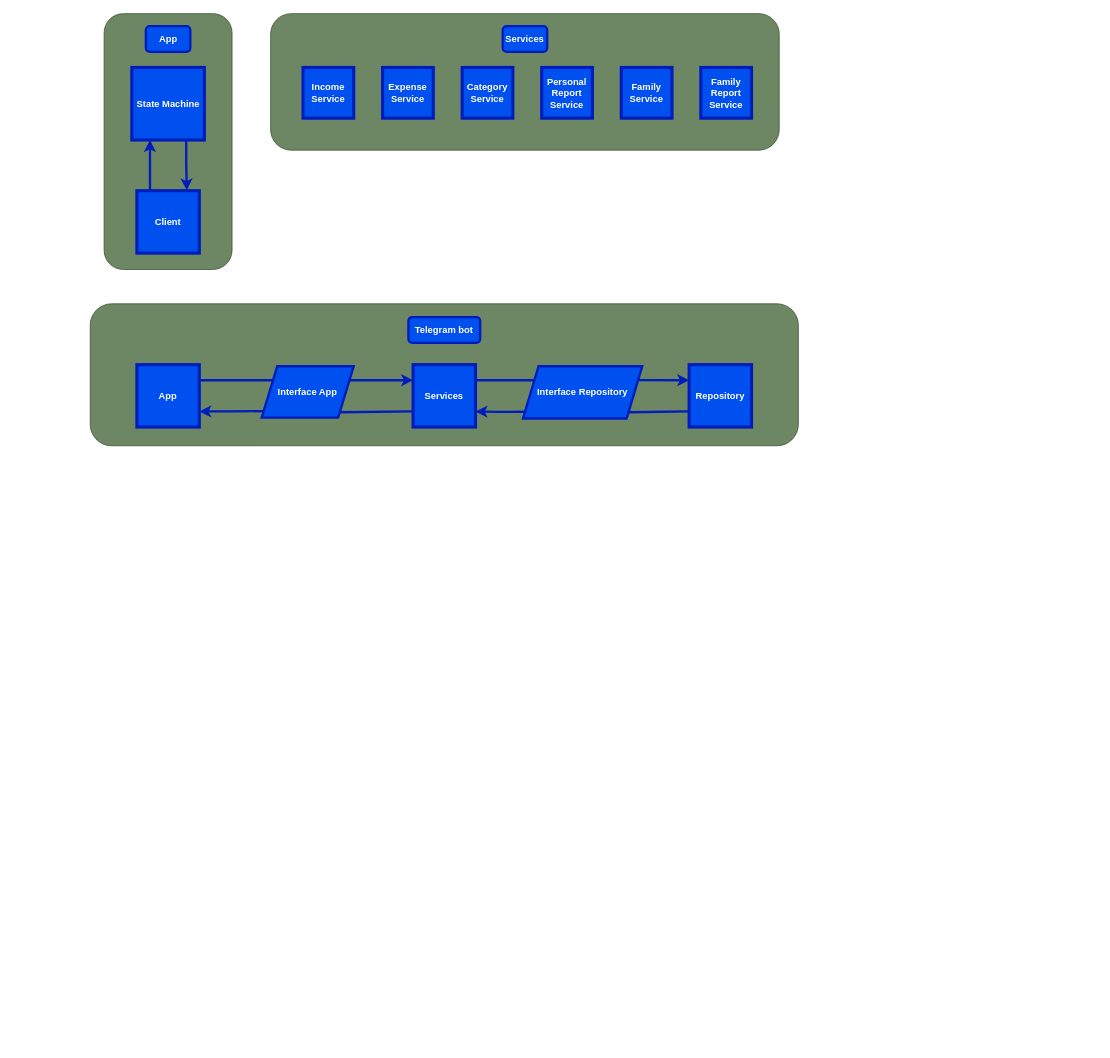
This is tg_financial_bot.drawio from CBeredIOk/financial_bot, a draw.io file, before an edit. Source tidied: cells renumbered, new cells numbered last; positions are measured from the earlier drawing's top-left corner, leaving out a move shared by most shapes. Both pictures are drawn from the tidied source at 78%, with x=0, y=0 at pixel (90, 13).
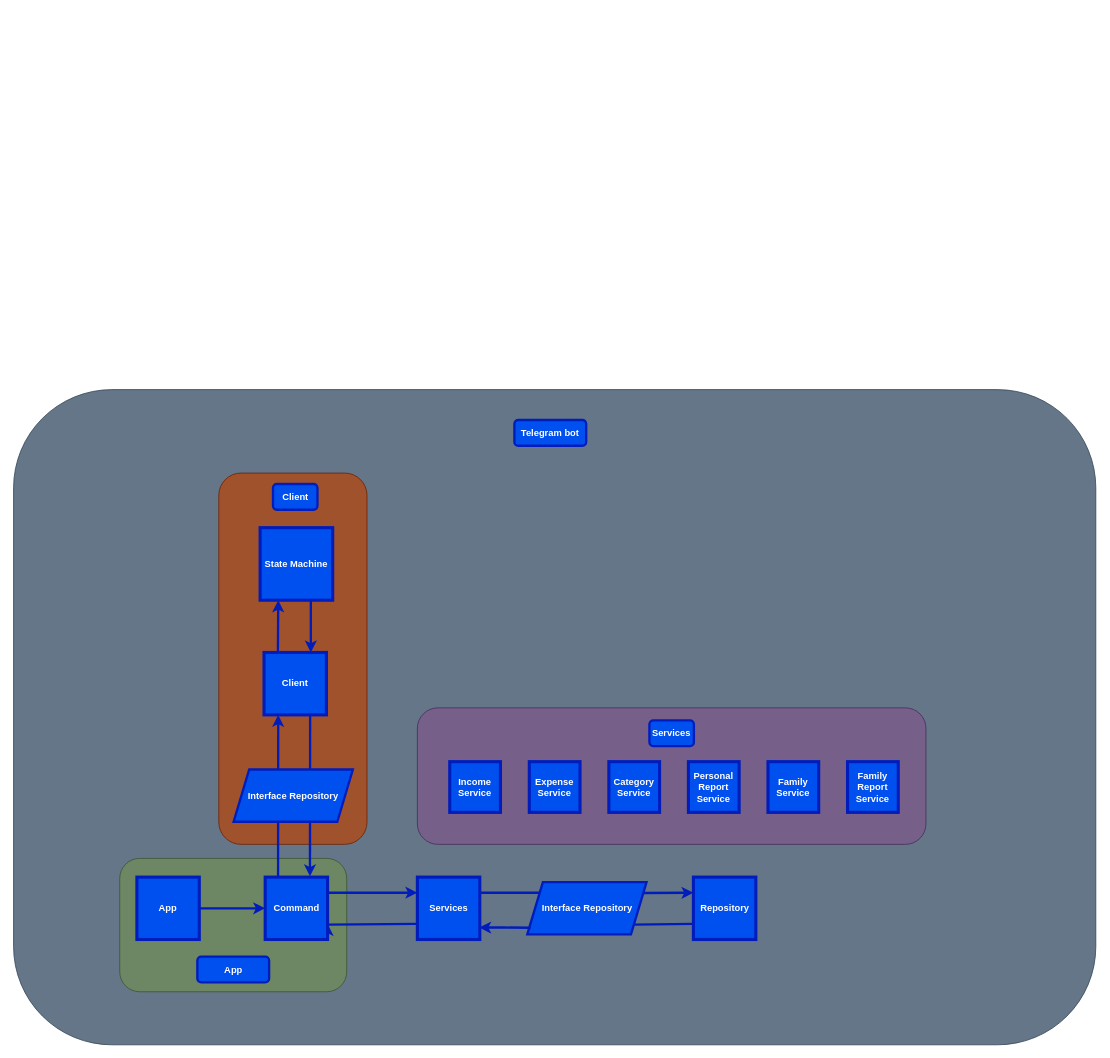
After the change.

The edit, as a diff of the source:
```diff
@@
+    <mxCell id="31" style="rounded=1;whiteSpace=wrap;html=1;fillColor=#647687;fontColor=#ffffff;strokeColor=#314354;" parent="1" vertex="1">
+      <mxGeometry x="-98.1" y="482" width="1387.5" height="840" as="geometry" />
+    </mxCell>
+    <mxCell id="32" style="rounded=1;whiteSpace=wrap;html=1;fillColor=#a0522d;strokeColor=#6D1F00;fontColor=#ffffff;" parent="1" vertex="1">
+      <mxGeometry x="165" y="589" width="190" height="476" as="geometry" />
+    </mxCell>
+    <mxCell id="33" style="rounded=1;whiteSpace=wrap;html=1;fillColor=#6d8764;strokeColor=#3A5431;fontColor=#ffffff;" parent="1" vertex="1">
+      <mxGeometry x="38" y="1083" width="291" height="171" as="geometry" />
+    </mxCell>
-    <mxCell id="2" style="rounded=1;whiteSpace=wrap;html=1;fillColor=#6d8764;strokeColor=#3A5431;fontColor=#ffffff;" parent="1" vertex="1">
-      <mxGeometry x="231.5" width="652" height="175" as="geometry" />
+    <mxCell id="2" style="rounded=1;whiteSpace=wrap;html=1;fillColor=#76608a;strokeColor=#432D57;fontColor=#ffffff;" parent="1" vertex="1">
+      <mxGeometry x="419.6" y="890" width="652" height="175" as="geometry" />
     </mxCell>
-    <mxCell id="3" style="rounded=1;whiteSpace=wrap;html=1;fillColor=#6d8764;strokeColor=#3A5431;fontColor=#ffffff;" parent="1" vertex="1">
-      <mxGeometry x="18" width="164" height="328" as="geometry" />
-    </mxCell>
-    <mxCell id="4" style="rounded=1;whiteSpace=wrap;html=1;fillColor=#6d8764;strokeColor=#3A5431;fontColor=#ffffff;" parent="1" vertex="1">
-      <mxGeometry x="0.2" y="372" width="907.8" height="182" as="geometry" />
-    </mxCell>
     <mxCell id="5" value="&lt;b&gt;Services&lt;/b&gt;" style="whiteSpace=wrap;html=1;fillColor=#0050ef;strokeColor=#001DBC;fontColor=#ffffff;strokeWidth=4;" parent="1" vertex="1">
-      <mxGeometry x="414.1" y="450" width="80" height="80" as="geometry" />
+      <mxGeometry x="419.6" y="1107" width="80" height="80" as="geometry" />
     </mxCell>
     <mxCell id="6" value="&lt;b&gt;Repository&lt;/b&gt;" style="whiteSpace=wrap;html=1;fillColor=#0050ef;strokeColor=#001DBC;fontColor=#ffffff;strokeWidth=4;" parent="1" vertex="1">
-      <mxGeometry x="768" y="450" width="80" height="80" as="geometry" />
+      <mxGeometry x="773.5" y="1107" width="80" height="80" as="geometry" />
     </mxCell>
+    <mxCell id="34" style="edgeStyle=orthogonalEdgeStyle;rounded=0;jettySize=auto;html=1;exitX=1;exitY=0.5;exitDx=0;exitDy=0;entryX=0;entryY=0.5;entryDx=0;entryDy=0;fillColor=#0050ef;strokeColor=#001DBC;strokeWidth=3;" parent="1" edge="1" source="7" target="35">
+      <mxGeometry relative="1" as="geometry" />
+    </mxCell>
     <mxCell id="7" value="&lt;b&gt;App&lt;/b&gt;" style="whiteSpace=wrap;html=1;fillColor=#0050ef;strokeColor=#001DBC;fontColor=#ffffff;strokeWidth=4;" parent="1" vertex="1">
-      <mxGeometry x="60" y="450" width="80" height="80" as="geometry" />
+      <mxGeometry x="60" y="1107" width="80" height="80" as="geometry" />
     </mxCell>
-    <mxCell id="8" style="edgeStyle=orthogonalEdgeStyle;rounded=0;jettySize=auto;html=1;exitX=0.25;exitY=0;exitDx=0;exitDy=0;entryX=0.25;entryY=1;entryDx=0;entryDy=0;fillColor=#0050ef;strokeColor=#001DBC;strokeWidth=3;" parent="1" edge="1" source="9" target="10">
-      <mxGeometry relative="1" as="geometry">
-        <Array as="points">
-          <mxPoint x="77" y="227" />
-        </Array>
-      </mxGeometry>
-    </mxCell>
-    <mxCell id="9" value="&lt;b&gt;Client&lt;/b&gt;" style="whiteSpace=wrap;html=1;fillColor=#0050ef;strokeColor=#001DBC;fontColor=#ffffff;strokeWidth=4;" parent="1" vertex="1">
-      <mxGeometry x="60" y="227" width="80" height="80" as="geometry" />
-    </mxCell>
-    <mxCell id="10" value="&lt;b&gt;State Machine&lt;/b&gt;" style="whiteSpace=wrap;html=1;fillColor=#0050ef;strokeColor=#001DBC;fontColor=#ffffff;strokeWidth=4;" parent="1" vertex="1">
-      <mxGeometry x="53.5" y="69" width="93" height="93" as="geometry" />
-    </mxCell>
-    <mxCell id="11" style="edgeStyle=orthogonalEdgeStyle;rounded=0;jettySize=auto;html=1;exitX=0.75;exitY=1;exitDx=0;exitDy=0;entryX=0.8;entryY=-0.006;entryDx=0;entryDy=0;entryPerimeter=0;fillColor=#0050ef;strokeColor=#001DBC;strokeWidth=3;" parent="1" edge="1" source="10" target="9">
-      <mxGeometry relative="1" as="geometry" />
-    </mxCell>
-    <mxCell id="12" value="&lt;b&gt;App&lt;/b&gt;" style="rounded=1;whiteSpace=wrap;html=1;fillColor=#0050ef;fontColor=#ffffff;strokeColor=#001DBC;strokeWidth=3;" parent="1" vertex="1">
-      <mxGeometry x="71.5" y="16" width="57" height="33" as="geometry" />
-    </mxCell>
     <mxCell id="13" value="&lt;b&gt;Services&lt;/b&gt;" style="rounded=1;whiteSpace=wrap;html=1;fillColor=#0050ef;fontColor=#ffffff;strokeColor=#001DBC;strokeWidth=3;" parent="1" vertex="1">
-      <mxGeometry x="529" y="16" width="57" height="33" as="geometry" />
+      <mxGeometry x="717.1" y="906" width="57" height="33" as="geometry" />
     </mxCell>
     <mxCell id="14" value="&lt;b&gt;Telegram bot&lt;/b&gt;" style="rounded=1;whiteSpace=wrap;html=1;fillColor=#0050ef;fontColor=#ffffff;strokeColor=#001DBC;strokeWidth=3;" parent="1" vertex="1">
-      <mxGeometry x="408.1" y="389" width="92" height="33" as="geometry" />
+      <mxGeometry x="544" y="521" width="92" height="33" as="geometry" />
     </mxCell>
     <mxCell id="15" value="&lt;b&gt;Income Service&lt;/b&gt;" style="whiteSpace=wrap;html=1;fillColor=#0050ef;strokeColor=#001DBC;fontColor=#ffffff;strokeWidth=4;" parent="1" vertex="1">
-      <mxGeometry x="273" y="69" width="65" height="65" as="geometry" />
+      <mxGeometry x="461.1" y="959" width="65" height="65" as="geometry" />
     </mxCell>
     <mxCell id="16" value="&lt;b&gt;Expense Service&lt;/b&gt;" style="whiteSpace=wrap;html=1;fillColor=#0050ef;strokeColor=#001DBC;fontColor=#ffffff;strokeWidth=4;" parent="1" vertex="1">
-      <mxGeometry x="375" y="69" width="65" height="65" as="geometry" />
+      <mxGeometry x="563.1" y="959" width="65" height="65" as="geometry" />
     </mxCell>
     <mxCell id="17" value="&lt;b style=&quot;border-color: var(--border-color);&quot;&gt;Category Service&lt;/b&gt;" style="whiteSpace=wrap;html=1;fillColor=#0050ef;strokeColor=#001DBC;fontColor=#ffffff;strokeWidth=4;" parent="1" vertex="1">
-      <mxGeometry x="477" y="69" width="65" height="65" as="geometry" />
+      <mxGeometry x="665.1" y="959" width="65" height="65" as="geometry" />
     </mxCell>
     <mxCell id="18" value="&lt;b style=&quot;border-color: var(--border-color);&quot;&gt;Personal Report Service&lt;/b&gt;" style="whiteSpace=wrap;html=1;fillColor=#0050ef;strokeColor=#001DBC;fontColor=#ffffff;strokeWidth=4;" parent="1" vertex="1">
-      <mxGeometry x="579" y="69" width="65" height="65" as="geometry" />
+      <mxGeometry x="767.1" y="959" width="65" height="65" as="geometry" />
     </mxCell>
     <mxCell id="19" value="&lt;b style=&quot;border-color: var(--border-color);&quot;&gt;Family Report Service&lt;/b&gt;" style="whiteSpace=wrap;html=1;fillColor=#0050ef;strokeColor=#001DBC;fontColor=#ffffff;strokeWidth=4;" parent="1" vertex="1">
-      <mxGeometry x="783" y="69" width="65" height="65" as="geometry" />
+      <mxGeometry x="971.1" y="959" width="65" height="65" as="geometry" />
     </mxCell>
     <mxCell id="20" value="&lt;b style=&quot;border-color: var(--border-color);&quot;&gt;Family Service&lt;/b&gt;" style="whiteSpace=wrap;html=1;fillColor=#0050ef;strokeColor=#001DBC;fontColor=#ffffff;strokeWidth=4;" parent="1" vertex="1">
-      <mxGeometry x="681" y="69" width="65" height="65" as="geometry" />
+      <mxGeometry x="869.1" y="959" width="65" height="65" as="geometry" />
     </mxCell>
-    <mxCell id="21" style="edgeStyle=orthogonalEdgeStyle;rounded=0;jettySize=auto;html=1;exitX=1;exitY=0.25;exitDx=0;exitDy=0;entryX=0.151;entryY=0.247;entryDx=0;entryDy=0;fillColor=#0050ef;strokeColor=#001DBC;strokeWidth=3;endArrow=none;endFill=0;entryPerimeter=0;" parent="1" edge="1" source="7" target="22">
-      <mxGeometry relative="1" as="geometry">
-        <Array as="points">
-          <mxPoint x="250" y="470" />
-        </Array>
-      </mxGeometry>
-    </mxCell>
-    <mxCell id="22" value="&lt;b style=&quot;border-color: var(--border-color);&quot;&gt;Interface App&lt;br&gt;&lt;/b&gt;" style="shape=parallelogram;perimeter=parallelogramPerimeter;whiteSpace=wrap;html=1;fixedSize=1;fillColor=#0050ef;fontColor=#ffffff;strokeColor=#001DBC;strokeWidth=3;" parent="1" vertex="1">
-      <mxGeometry x="220" y="452" width="118" height="66" as="geometry" />
-    </mxCell>
-    <mxCell id="23" style="endArrow=classic;html=1;rounded=0;exitX=1;exitY=0.25;exitDx=0;exitDy=0;entryX=0;entryY=0.25;entryDx=0;entryDy=0;fillColor=#0050ef;strokeColor=#001DBC;strokeWidth=3;" parent="1" edge="1" source="22" target="5">
-      <mxGeometry relative="1" as="geometry" />
+    <mxCell id="23" style="endArrow=classic;html=1;rounded=0;entryX=0;entryY=0.25;entryDx=0;entryDy=0;fillColor=#0050ef;strokeColor=#001DBC;strokeWidth=3;" parent="1" edge="1" target="5">
+      <mxGeometry relative="1" as="geometry">
+        <mxPoint x="305.5" y="1127" as="sourcePoint" />
+      </mxGeometry>
     </mxCell>
-    <mxCell id="24" style="edgeStyle=orthogonalEdgeStyle;rounded=0;jettySize=auto;html=1;exitX=1;exitY=0.75;exitDx=0;exitDy=0;entryX=0.028;entryY=0.872;entryDx=0;entryDy=0;entryPerimeter=0;fillColor=#0050ef;strokeColor=#001DBC;strokeWidth=3;startArrow=classic;startFill=1;endArrow=none;endFill=0;" parent="1" edge="1" source="7" target="22">
-      <mxGeometry relative="1" as="geometry" />
-    </mxCell>
-    <mxCell id="25" style="edgeStyle=orthogonalEdgeStyle;rounded=0;jettySize=auto;html=1;entryX=0;entryY=0.75;entryDx=0;entryDy=0;fillColor=#0050ef;strokeColor=#001DBC;strokeWidth=3;endArrow=none;endFill=0;exitX=1;exitY=1;exitDx=0;exitDy=0;" parent="1" edge="1" source="22" target="5">
+    <mxCell id="25" style="edgeStyle=orthogonalEdgeStyle;rounded=0;jettySize=auto;html=1;entryX=0;entryY=0.75;entryDx=0;entryDy=0;fillColor=#0050ef;strokeColor=#001DBC;strokeWidth=3;endArrow=none;endFill=0;startArrow=classic;startFill=1;exitX=1;exitY=0.75;exitDx=0;exitDy=0;" parent="1" edge="1" source="35" target="5">
       <mxGeometry relative="1" as="geometry">
         <Array as="points">
-          <mxPoint x="321" y="511" />
-          <mxPoint x="414" y="511" />
+          <mxPoint x="419.5" y="1168" />
         </Array>
       </mxGeometry>
     </mxCell>
     <mxCell id="26" style="edgeStyle=orthogonalEdgeStyle;rounded=0;jettySize=auto;html=1;exitX=1;exitY=0.25;exitDx=0;exitDy=0;entryX=0.151;entryY=0.247;entryDx=0;entryDy=0;fillColor=#0050ef;strokeColor=#001DBC;strokeWidth=3;endArrow=none;endFill=0;entryPerimeter=0;" parent="1" edge="1" target="27">
       <mxGeometry relative="1" as="geometry">
-        <mxPoint x="494.1" y="470" as="sourcePoint" />
+        <mxPoint x="499.6" y="1127" as="sourcePoint" />
         <Array as="points">
-          <mxPoint x="604.1" y="470" />
+          <mxPoint x="609.6" y="1127" />
         </Array>
       </mxGeometry>
     </mxCell>
     <mxCell id="27" value="&lt;b style=&quot;border-color: var(--border-color);&quot;&gt;Interface&amp;nbsp;&lt;b style=&quot;border-color: var(--border-color);&quot;&gt;Repository&lt;/b&gt;&lt;br&gt;&lt;/b&gt;" style="shape=parallelogram;perimeter=parallelogramPerimeter;whiteSpace=wrap;html=1;fixedSize=1;fillColor=#0050ef;fontColor=#ffffff;strokeColor=#001DBC;strokeWidth=3;" parent="1" vertex="1">
-      <mxGeometry x="555" y="452" width="152.9" height="67" as="geometry" />
+      <mxGeometry x="560.5" y="1113.5" width="152.9" height="67" as="geometry" />
     </mxCell>
-    <mxCell id="28" style="endArrow=classic;html=1;rounded=0;exitX=1;exitY=0.25;exitDx=0;exitDy=0;entryX=0;entryY=0.25;entryDx=0;entryDy=0;fillColor=#0050ef;strokeColor=#001DBC;strokeWidth=3;" parent="1" edge="1" source="27">
+    <mxCell id="28" style="endArrow=classic;html=1;rounded=0;exitX=0.974;exitY=0.207;exitDx=0;exitDy=0;entryX=0;entryY=0.25;entryDx=0;entryDy=0;fillColor=#0050ef;strokeColor=#001DBC;strokeWidth=3;exitPerimeter=0;" parent="1" edge="1" source="27">
       <mxGeometry relative="1" as="geometry">
-        <mxPoint x="768.1" y="470" as="targetPoint" />
+        <mxPoint x="773.6" y="1127" as="targetPoint" />
       </mxGeometry>
     </mxCell>
-    <mxCell id="29" style="edgeStyle=orthogonalEdgeStyle;rounded=0;jettySize=auto;html=1;exitX=1;exitY=0.75;exitDx=0;exitDy=0;entryX=0.028;entryY=0.872;entryDx=0;entryDy=0;entryPerimeter=0;fillColor=#0050ef;strokeColor=#001DBC;strokeWidth=3;startArrow=classic;startFill=1;endArrow=none;endFill=0;" parent="1" edge="1" target="27">
-      <mxGeometry relative="1" as="geometry">
-        <mxPoint x="494.1" y="510" as="sourcePoint" />
-      </mxGeometry>
+    <mxCell id="29" style="edgeStyle=orthogonalEdgeStyle;rounded=0;jettySize=auto;html=1;exitX=0.99;exitY=0.808;exitDx=0;exitDy=0;entryX=0.028;entryY=0.872;entryDx=0;entryDy=0;entryPerimeter=0;fillColor=#0050ef;strokeColor=#001DBC;strokeWidth=3;startArrow=classic;startFill=1;endArrow=none;endFill=0;exitPerimeter=0;" parent="1" edge="1" source="5" target="27">
+      <mxGeometry relative="1" as="geometry" />
     </mxCell>
     <mxCell id="30" style="edgeStyle=orthogonalEdgeStyle;rounded=0;orthogonalLoop=1;jettySize=auto;html=1;entryX=0;entryY=0.75;entryDx=0;entryDy=0;fillColor=#0050ef;strokeColor=#001DBC;strokeWidth=3;endArrow=none;endFill=0;" parent="1" edge="1">
       <mxGeometry relative="1" as="geometry">
-        <mxPoint x="691" y="512" as="sourcePoint" />
-        <mxPoint x="768.1" y="510" as="targetPoint" />
+        <mxPoint x="698" y="1168" as="sourcePoint" />
+        <mxPoint x="773.6" y="1167" as="targetPoint" />
         <Array as="points">
-          <mxPoint x="768.1" y="511" />
+          <mxPoint x="696" y="1168" />
+          <mxPoint x="774" y="1168" />
         </Array>
       </mxGeometry>
     </mxCell>
+    <mxCell id="35" value="&lt;b&gt;Command&lt;/b&gt;" style="whiteSpace=wrap;html=1;fillColor=#0050ef;strokeColor=#001DBC;fontColor=#ffffff;strokeWidth=4;" parent="1" vertex="1">
+      <mxGeometry x="224.5" y="1107" width="80" height="80" as="geometry" />
+    </mxCell>
+    <mxCell id="8" style="edgeStyle=orthogonalEdgeStyle;rounded=0;jettySize=auto;html=1;entryX=0.25;entryY=1;entryDx=0;entryDy=0;fillColor=#0050ef;strokeColor=#001DBC;strokeWidth=3;exitX=0.222;exitY=-0.001;exitDx=0;exitDy=0;exitPerimeter=0;" parent="1" edge="1" source="9" target="10">
+      <mxGeometry relative="1" as="geometry">
+        <Array as="points">
+          <mxPoint x="241" y="819" />
+        </Array>
+      </mxGeometry>
+    </mxCell>
+    <mxCell id="9" value="&lt;b&gt;Client&lt;/b&gt;" style="whiteSpace=wrap;html=1;fillColor=#0050ef;strokeColor=#001DBC;fontColor=#ffffff;strokeWidth=4;" parent="1" vertex="1">
+      <mxGeometry x="223" y="819" width="80" height="80" as="geometry" />
+    </mxCell>
+    <mxCell id="10" value="&lt;b&gt;State Machine&lt;/b&gt;" style="whiteSpace=wrap;html=1;fillColor=#0050ef;strokeColor=#001DBC;fontColor=#ffffff;strokeWidth=4;" parent="1" vertex="1">
+      <mxGeometry x="218" y="659" width="93" height="93" as="geometry" />
+    </mxCell>
+    <mxCell id="36" style="edgeStyle=orthogonalEdgeStyle;rounded=0;orthogonalLoop=1;jettySize=auto;html=1;entryX=0.25;entryY=1;entryDx=0;entryDy=0;fillColor=#0050ef;strokeColor=#001DBC;strokeWidth=3;" parent="1" edge="1">
+      <mxGeometry relative="1" as="geometry">
+        <mxPoint x="241" y="1106" as="sourcePoint" />
+        <mxPoint x="241.2" y="899" as="targetPoint" />
+        <Array as="points">
+          <mxPoint x="241" y="1106" />
+        </Array>
+      </mxGeometry>
+    </mxCell>
+    <mxCell id="37" style="edgeStyle=orthogonalEdgeStyle;rounded=0;orthogonalLoop=1;jettySize=auto;html=1;entryX=0.25;entryY=1;entryDx=0;entryDy=0;fillColor=#0050ef;strokeColor=#001DBC;strokeWidth=3;startArrow=classic;startFill=1;endArrow=none;endFill=0;" parent="1" edge="1">
+      <mxGeometry relative="1" as="geometry">
+        <mxPoint x="281.9" y="1106" as="sourcePoint" />
+        <mxPoint x="282.1" y="899" as="targetPoint" />
+        <Array as="points">
+          <mxPoint x="281.9" y="1106" />
+        </Array>
+      </mxGeometry>
+    </mxCell>
+    <mxCell id="38" value="&lt;b style=&quot;border-color: var(--border-color);&quot;&gt;Interface&amp;nbsp;&lt;b style=&quot;border-color: var(--border-color);&quot;&gt;Repository&lt;/b&gt;&lt;br&gt;&lt;/b&gt;" style="shape=parallelogram;perimeter=parallelogramPerimeter;whiteSpace=wrap;html=1;fixedSize=1;fillColor=#0050ef;fontColor=#ffffff;strokeColor=#001DBC;strokeWidth=3;" parent="1" vertex="1">
+      <mxGeometry x="184" y="969" width="152.9" height="67" as="geometry" />
+    </mxCell>
+    <mxCell id="12" value="&lt;b&gt;App&lt;/b&gt;" style="rounded=1;whiteSpace=wrap;html=1;fillColor=#0050ef;fontColor=#ffffff;strokeColor=#001DBC;strokeWidth=3;" parent="1" vertex="1">
+      <mxGeometry x="137.5" y="1209" width="92" height="33" as="geometry" />
+    </mxCell>
+    <mxCell id="39" style="edgeStyle=orthogonalEdgeStyle;rounded=0;orthogonalLoop=1;jettySize=auto;html=1;fillColor=#0050ef;strokeColor=#001DBC;strokeWidth=3;endArrow=none;endFill=0;startArrow=classic;startFill=1;" parent="1" edge="1">
+      <mxGeometry relative="1" as="geometry">
+        <mxPoint x="283" y="819" as="sourcePoint" />
+        <mxPoint x="283" y="753" as="targetPoint" />
+        <Array as="points">
+          <mxPoint x="283" y="752" />
+        </Array>
+      </mxGeometry>
+    </mxCell>
+    <mxCell id="40" value="&lt;b&gt;Client&lt;/b&gt;" style="rounded=1;whiteSpace=wrap;html=1;fillColor=#0050ef;fontColor=#ffffff;strokeColor=#001DBC;strokeWidth=3;" parent="1" vertex="1">
+      <mxGeometry x="234.5" y="603" width="57" height="33" as="geometry" />
+    </mxCell>
```
